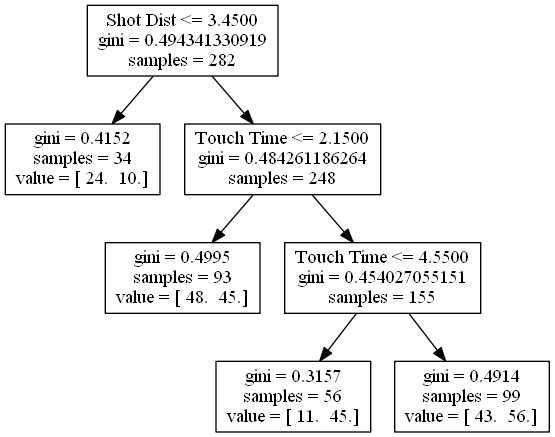
Earlier version of the Graphviz export brandon_knight.png (bveber/Analyze_NBA). Its source is kept beside it as brandon_knight.dot.
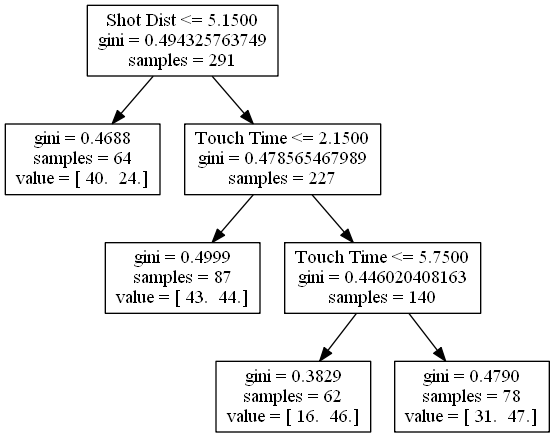
After the change.

The edit, as a diff of the source:
```diff
@@ -1,15 +1,15 @@
 digraph Tree {
-0 [label="Shot Dist <= 3.4500\ngini = 0.494341330919\nsamples = 282", shape="box"] ;
-1 [label="gini = 0.4152\nsamples = 34\nvalue = [ 24.  10.]", shape="box"] ;
+0 [label="Shot Dist <= 5.1500\ngini = 0.494325763749\nsamples = 291", shape="box"] ;
+1 [label="gini = 0.4688\nsamples = 64\nvalue = [ 40.  24.]", shape="box"] ;
 0 -> 1 ;
-2 [label="Touch Time <= 2.1500\ngini = 0.484261186264\nsamples = 248", shape="box"] ;
+2 [label="Touch Time <= 2.1500\ngini = 0.478565467989\nsamples = 227", shape="box"] ;
 0 -> 2 ;
-3 [label="gini = 0.4995\nsamples = 93\nvalue = [ 48.  45.]", shape="box"] ;
+3 [label="gini = 0.4999\nsamples = 87\nvalue = [ 43.  44.]", shape="box"] ;
 2 -> 3 ;
-4 [label="Touch Time <= 4.5500\ngini = 0.454027055151\nsamples = 155", shape="box"] ;
+4 [label="Touch Time <= 5.7500\ngini = 0.446020408163\nsamples = 140", shape="box"] ;
 2 -> 4 ;
-5 [label="gini = 0.3157\nsamples = 56\nvalue = [ 11.  45.]", shape="box"] ;
+5 [label="gini = 0.3829\nsamples = 62\nvalue = [ 16.  46.]", shape="box"] ;
 4 -> 5 ;
-6 [label="gini = 0.4914\nsamples = 99\nvalue = [ 43.  56.]", shape="box"] ;
+6 [label="gini = 0.4790\nsamples = 78\nvalue = [ 31.  47.]", shape="box"] ;
 4 -> 6 ;
 }
```
